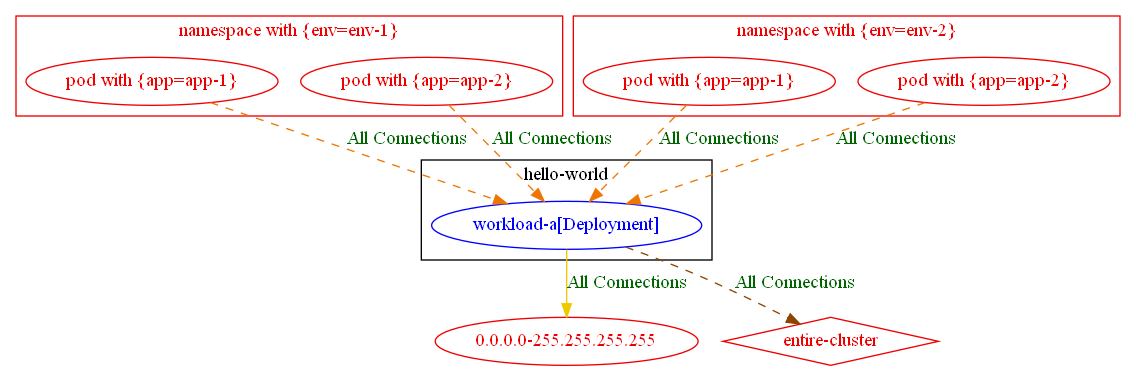
np-guard/netpol-analyzer keeps this Graphviz diagram as test_outputs/connlist/exposure_test_exposure_with_match_expression_in_op_connlist_output.dot.png. Above is the earlier version. Its source is kept beside it as test_outputs/connlist/exposure_test_exposure_with_match_expression_in_op_connlist_output.dot.
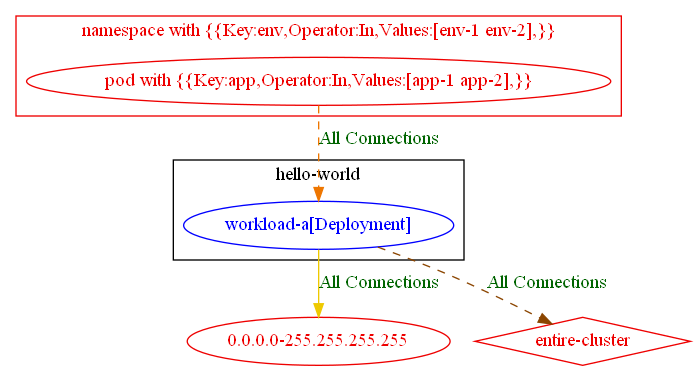
After the change.

What changed in the source:
```diff
@@ -5,26 +5,15 @@
 		"hello-world/workload-a[Deployment]" [label="workload-a[Deployment]" color="blue" fontcolor="blue"]
 		label="hello-world"
 	}
-	subgraph "cluster_namespace with {env=env_1}" {
+	subgraph "cluster_namespace with {{Key:env,Operator:In,Values:[env_1 env_2],}}" {
 		color="red2"
 		fontcolor="red2"
-		"pod with {app=app-1}_in_namespace with {env=env-1}" [label="pod with {app=app-1}" color="red2" fontcolor="red2"]
-		"pod with {app=app-2}_in_namespace with {env=env-1}" [label="pod with {app=app-2}" color="red2" fontcolor="red2"]
-		label="namespace with {env=env-1}"
-	}
-	subgraph "cluster_namespace with {env=env_2}" {
-		color="red2"
-		fontcolor="red2"
-		"pod with {app=app-1}_in_namespace with {env=env-2}" [label="pod with {app=app-1}" color="red2" fontcolor="red2"]
-		"pod with {app=app-2}_in_namespace with {env=env-2}" [label="pod with {app=app-2}" color="red2" fontcolor="red2"]
-		label="namespace with {env=env-2}"
+		"pod with {{Key:app,Operator:In,Values:[app-1 app-2],}}_in_namespace with {{Key:env,Operator:In,Values:[env-1 env-2],}}" [label="pod with {{Key:app,Operator:In,Values:[app-1 app-2],}}" color="red2" fontcolor="red2"]
+		label="namespace with {{Key:env,Operator:In,Values:[env-1 env-2],}}"
 	}
 	"0.0.0.0-255.255.255.255" [label="0.0.0.0-255.255.255.255" color="red2" fontcolor="red2"]
 	"entire-cluster" [label="entire-cluster" color="red2" fontcolor="red2" shape=diamond]
 	"hello-world/workload-a[Deployment]" -> "0.0.0.0-255.255.255.255" [label="All Connections" color="gold2" fontcolor="darkgreen"]
 	"hello-world/workload-a[Deployment]" -> "entire-cluster" [label="All Connections" color="darkorange4" fontcolor="darkgreen" weight=0.5 style=dashed]
-	"pod with {app=app-1}_in_namespace with {env=env-1}" -> "hello-world/workload-a[Deployment]" [label="All Connections" color="darkorange2" fontcolor="darkgreen" weight=1 style=dashed]
-	"pod with {app=app-1}_in_namespace with {env=env-2}" -> "hello-world/workload-a[Deployment]" [label="All Connections" color="darkorange2" fontcolor="darkgreen" weight=1 style=dashed]
-	"pod with {app=app-2}_in_namespace with {env=env-1}" -> "hello-world/workload-a[Deployment]" [label="All Connections" color="darkorange2" fontcolor="darkgreen" weight=1 style=dashed]
-	"pod with {app=app-2}_in_namespace with {env=env-2}" -> "hello-world/workload-a[Deployment]" [label="All Connections" color="darkorange2" fontcolor="darkgreen" weight=1 style=dashed]
+	"pod with {{Key:app,Operator:In,Values:[app-1 app-2],}}_in_namespace with {{Key:env,Operator:In,Values:[env-1 env-2],}}" -> "hello-world/workload-a[Deployment]" [label="All Connections" color="darkorange2" fontcolor="darkgreen" weight=1 style=dashed]
 }
```
